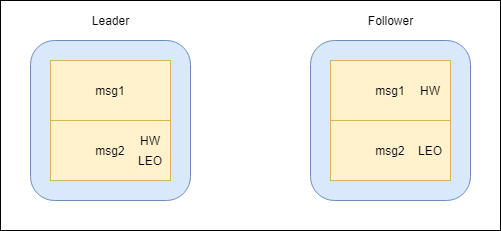
Before: img/Kafka-HA-error01.png, a diagram exported from draw.io (antonyw/coding-thinking). Source tidied: cells renumbered, new cells last; positions are measured from the earlier drawing's top-left corner, leaving out a move shared by most shapes.
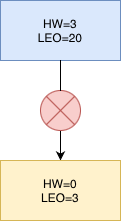
The same file after the commit.

What changed in the source:
```diff
@@ -2,44 +2,20 @@
   <root>
     <mxCell id="0" />
     <mxCell id="1" parent="0" />
-    <mxCell id="2" style="rounded=0;whiteSpace=wrap;html=1;strokeColor=#000000;" parent="1" vertex="1">
-      <mxGeometry width="500" height="230" as="geometry" />
-    </mxCell>
-    <mxCell id="3" style="rounded=1;whiteSpace=wrap;html=1;fillColor=#dae8fc;strokeColor=#6c8ebf;" parent="1" vertex="1">
-      <mxGeometry x="30" y="40" width="160" height="160" as="geometry" />
-    </mxCell>
-    <mxCell id="4" value="msg1" style="rounded=0;whiteSpace=wrap;html=1;fillColor=#fff2cc;strokeColor=#d6b656;" parent="1" vertex="1">
-      <mxGeometry x="50" y="60" width="120" height="60" as="geometry" />
-    </mxCell>
-    <mxCell id="5" value="msg2" style="rounded=0;whiteSpace=wrap;html=1;fillColor=#fff2cc;strokeColor=#d6b656;" parent="1" vertex="1">
-      <mxGeometry x="50" y="120" width="120" height="60" as="geometry" />
-    </mxCell>
-    <mxCell id="6" value="Leader" style="text;html=1;align=center;verticalAlign=middle;strokeColor=none;" parent="1" vertex="1">
-      <mxGeometry x="85" y="10" width="50" height="20" as="geometry" />
-    </mxCell>
-    <mxCell id="7" style="rounded=1;whiteSpace=wrap;html=1;fillColor=#dae8fc;strokeColor=#6c8ebf;" parent="1" vertex="1">
-      <mxGeometry x="310" y="40" width="160" height="160" as="geometry" />
-    </mxCell>
-    <mxCell id="8" value="msg1" style="rounded=0;whiteSpace=wrap;html=1;fillColor=#fff2cc;strokeColor=#d6b656;" parent="1" vertex="1">
-      <mxGeometry x="330" y="60" width="120" height="60" as="geometry" />
-    </mxCell>
-    <mxCell id="9" value="msg2" style="rounded=0;whiteSpace=wrap;html=1;fillColor=#fff2cc;strokeColor=#d6b656;" parent="1" vertex="1">
-      <mxGeometry x="330" y="120" width="120" height="60" as="geometry" />
-    </mxCell>
-    <mxCell id="10" value="Follower" style="text;html=1;align=center;verticalAlign=middle;strokeColor=none;" parent="1" vertex="1">
-      <mxGeometry x="360" y="10" width="60" height="20" as="geometry" />
-    </mxCell>
-    <mxCell id="11" value="HW" style="text;html=1;strokeColor=none;fillColor=none;align=center;verticalAlign=middle;whiteSpace=wrap;rounded=0;" parent="1" vertex="1">
-      <mxGeometry x="130" y="130" width="40" height="20" as="geometry" />
-    </mxCell>
-    <mxCell id="12" value="LEO" style="text;html=1;strokeColor=none;fillColor=none;align=center;verticalAlign=middle;whiteSpace=wrap;rounded=0;" parent="1" vertex="1">
-      <mxGeometry x="130" y="150" width="40" height="20" as="geometry" />
-    </mxCell>
-    <mxCell id="13" value="LEO" style="text;html=1;strokeColor=none;fillColor=none;align=center;verticalAlign=middle;whiteSpace=wrap;rounded=0;" parent="1" vertex="1">
-      <mxGeometry x="410" y="140" width="40" height="20" as="geometry" />
-    </mxCell>
-    <mxCell id="14" value="HW" style="text;html=1;strokeColor=none;fillColor=none;align=center;verticalAlign=middle;whiteSpace=wrap;rounded=0;" parent="1" vertex="1">
-      <mxGeometry x="410" y="80" width="40" height="20" as="geometry" />
-    </mxCell>
+    <mxCell id="15" style="edgeStyle=orthogonalEdgeStyle;rounded=0;jettySize=auto;html=1;endArrow=classic;endFill=1;startArrow=none;" parent="1" edge="1" source="18" target="17">
+      <mxGeometry relative="1" as="geometry" />
+    </mxCell>
+    <mxCell id="16" value="HW=3&lt;br&gt;LEO=20" style="rounded=0;whiteSpace=wrap;html=1;fillColor=#dae8fc;strokeColor=#6c8ebf;" parent="1" vertex="1">
+      <mxGeometry x="50" y="40" width="120" height="60" as="geometry" />
+    </mxCell>
+    <mxCell id="17" value="HW=0&lt;br&gt;LEO=3" style="rounded=0;whiteSpace=wrap;html=1;fillColor=#fff2cc;strokeColor=#d6b656;" parent="1" vertex="1">
+      <mxGeometry x="50" y="200" width="120" height="60" as="geometry" />
+    </mxCell>
+    <mxCell id="18" style="verticalLabelPosition=bottom;verticalAlign=top;html=1;shape=mxgraph.flowchart.or;fillColor=#f8cecc;strokeColor=#b85450;" parent="1" vertex="1">
+      <mxGeometry x="90" y="130" width="40" height="40" as="geometry" />
+    </mxCell>
+    <mxCell id="19" style="edgeStyle=orthogonalEdgeStyle;rounded=0;jettySize=auto;html=1;endArrow=none;endFill=1;" parent="1" edge="1" source="16" target="18">
+      <mxGeometry relative="1" as="geometry" />
+    </mxCell>
   </root>
 </mxGraphModel>
```
